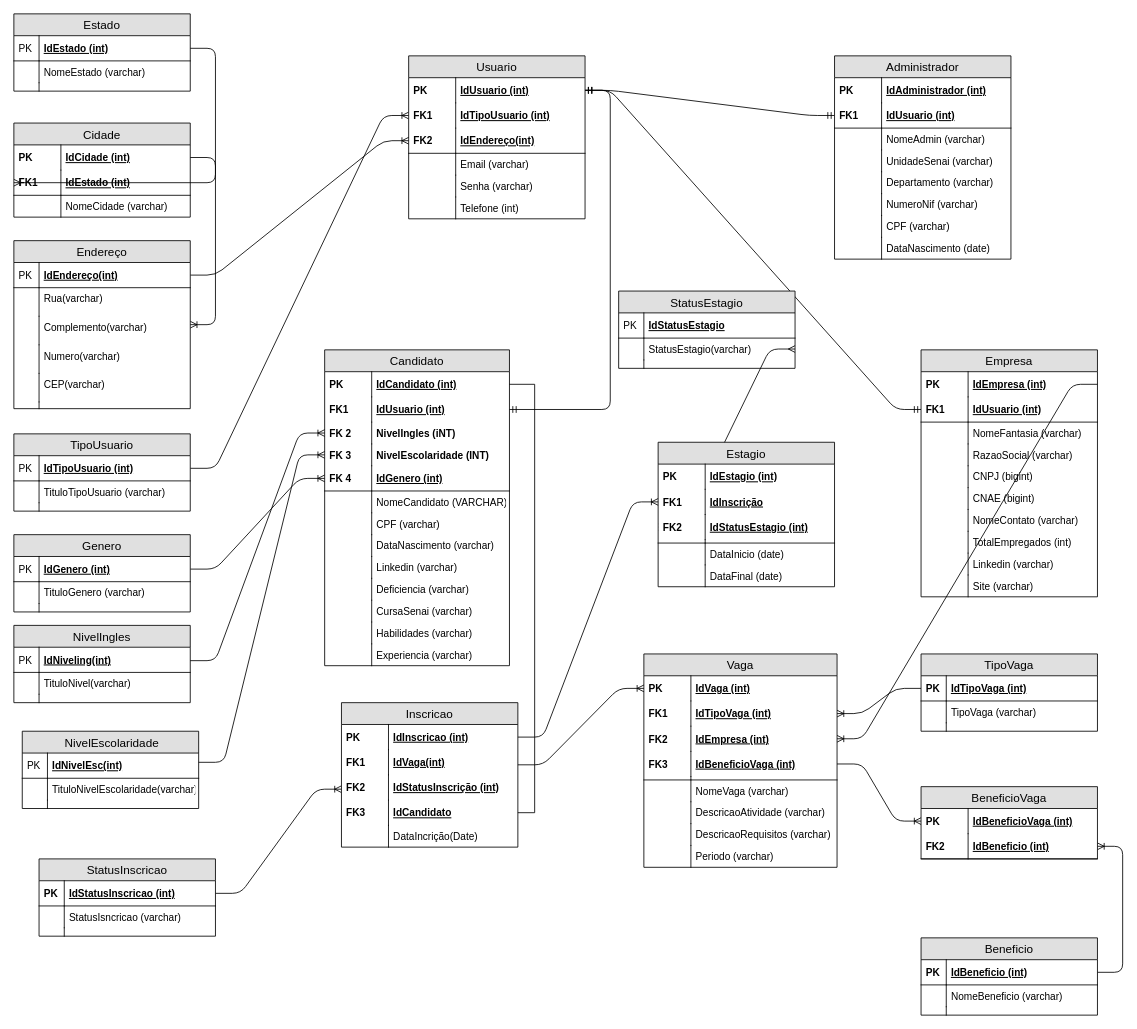
flavio-pires/Projeto_ProVagas keeps this draw.io diagram as BD/MER/ModelagemLogica.drawio. Above is the earlier version. Source tidied: cells renumbered, new cells numbered last; positions are measured from the earlier drawing's top-left corner, leaving out a move shared by most shapes. Both pictures are drawn from the tidied source at 84%, with x=0, y=0 at pixel (13, 13).
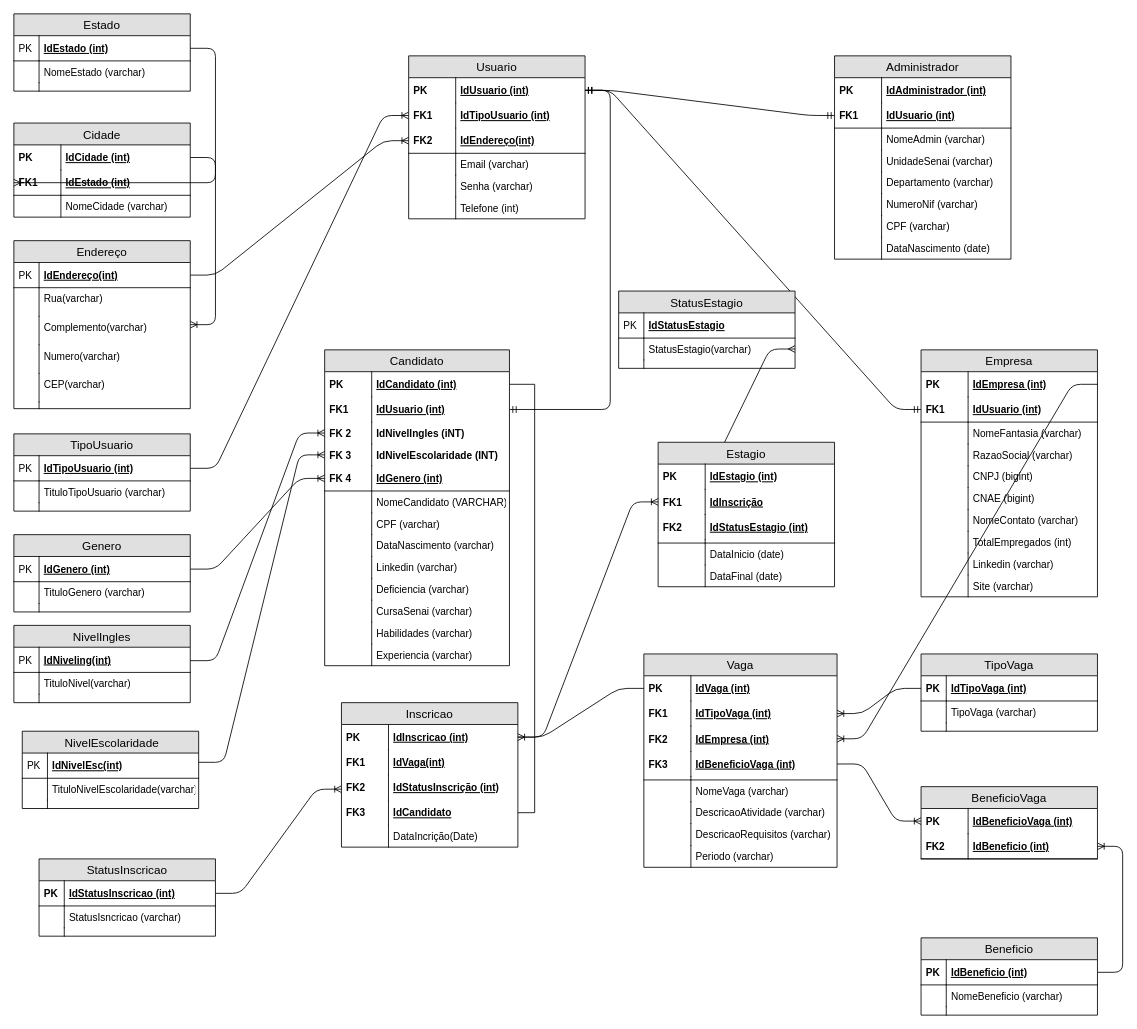
The same page after the edit.

Unchanged cells that the change refers to:
```xml
<mxCell id="16" value="Candidato" style="swimlane;fontStyle=0;horizontal=1;startSize=26;fillColor=#e0e0e0;swimlaneFillColor=#ffffff;align=center;fontSize=14;" parent="1" vertex="1">
  <mxGeometry x="370" y="400" width="220" height="376" as="geometry" />
</mxCell>
<mxCell id="113" value="IdVaga (int)" style="shape=partialRectangle;top=0;left=0;right=0;bottom=0;align=left;verticalAlign=middle;fillColor=none;spacingLeft=60;spacingRight=4;overflow=hidden;points=[[0,0.5],[1,0.5]];portConstraint=eastwest;fontStyle=5;fontSize=12;" parent="112" vertex="1">
  <mxGeometry y="26" width="230" height="30" as="geometry" />
</mxCell>
<mxCell id="182" value="IdInscricao (int)" style="shape=partialRectangle;top=0;left=0;right=0;bottom=0;align=left;verticalAlign=middle;fillColor=none;spacingLeft=60;spacingRight=4;overflow=hidden;points=[[0,0.5],[1,0.5]];portConstraint=eastwest;fontStyle=5;fontSize=12;" parent="181" vertex="1">
  <mxGeometry y="26" width="210" height="30" as="geometry" />
</mxCell>
```

The edit, as a diff of the source:
```diff
@@
-    <mxCell id="21" value="NivelIngles (iNT)" style="shape=partialRectangle;top=0;left=0;right=0;bottom=0;align=left;verticalAlign=top;fillColor=none;spacingLeft=60;spacingRight=4;overflow=hidden;points=[[0,0.5],[1,0.5]];portConstraint=eastwest;fontSize=12;fontStyle=1;" parent="16" vertex="1">
+    <mxCell id="21" value="IdNivelIngles (iNT)" style="shape=partialRectangle;top=0;left=0;right=0;bottom=0;align=left;verticalAlign=top;fillColor=none;spacingLeft=60;spacingRight=4;overflow=hidden;points=[[0,0.5],[1,0.5]];portConstraint=eastwest;fontSize=12;fontStyle=1;" parent="16" vertex="1">
       <mxGeometry y="86" width="220" height="26" as="geometry" />
     </mxCell>
@@
-    <mxCell id="23" value="NivelEscolaridade (INT)" style="shape=partialRectangle;top=0;left=0;right=0;bottom=0;align=left;verticalAlign=top;fillColor=none;spacingLeft=60;spacingRight=4;overflow=hidden;points=[[0,0.5],[1,0.5]];portConstraint=eastwest;fontSize=12;fontStyle=1;" parent="16" vertex="1">
+    <mxCell id="23" value="IdNivelEscolaridade (INT)" style="shape=partialRectangle;top=0;left=0;right=0;bottom=0;align=left;verticalAlign=top;fillColor=none;spacingLeft=60;spacingRight=4;overflow=hidden;points=[[0,0.5],[1,0.5]];portConstraint=eastwest;fontSize=12;fontStyle=1;" parent="16" vertex="1">
       <mxGeometry y="112" width="220" height="26" as="geometry" />
     </mxCell>
@@
-    <mxCell id="205" style="edgeStyle=entityRelationEdgeStyle;fontSize=12;html=1;endArrow=ERoneToMany;exitX=1;exitY=0.5;exitDx=0;exitDy=0;" parent="1" edge="1">
-      <mxGeometry relative="1" as="geometry">
-        <mxPoint x="600" y="894" as="sourcePoint" />
-        <mxPoint x="750" y="803" as="targetPoint" />
-      </mxGeometry>
+    <mxCell id="205" style="edgeStyle=entityRelationEdgeStyle;fontSize=12;html=1;endArrow=ERoneToMany;exitX=0;exitY=0.5;exitDx=0;exitDy=0;entryX=1;entryY=0.5;entryDx=0;entryDy=0;" parent="1" edge="1" source="113" target="182">
+      <mxGeometry relative="1" as="geometry" />
     </mxCell>
```
